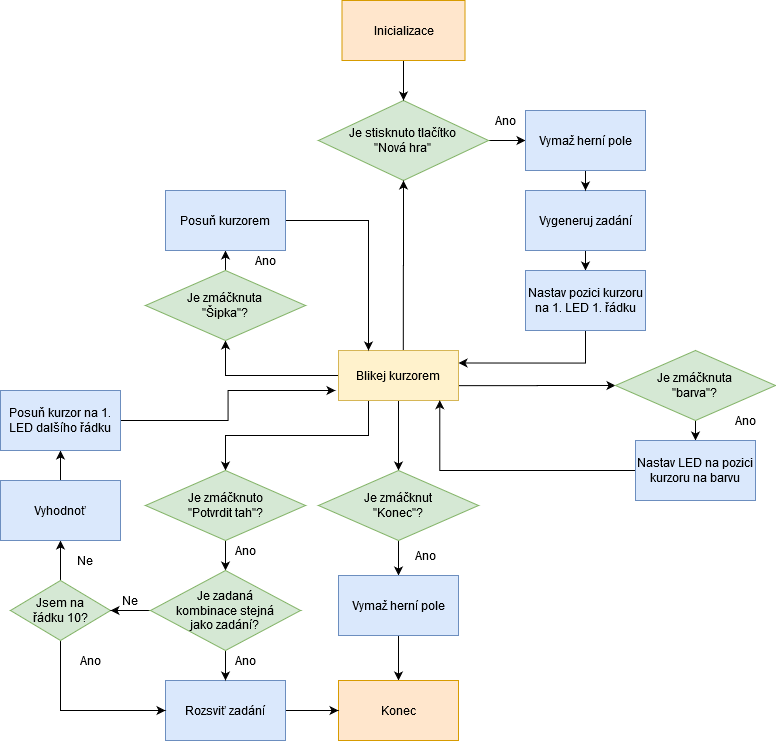
Above: text/obrazky/vyvojovy_diagram_1_hrac.png in renata7zemanova/Logic (draw.io), before the change. Source tidied: cells renumbered, new cells last; positions are measured from the earlier drawing's top-left corner, leaving out a move shared by most shapes. Source of this version:
```xml
<mxGraphModel>
  <root>
    <mxCell id="0" />
    <mxCell id="1" parent="0" />
    <mxCell id="2" style="edgeStyle=orthogonalEdgeStyle;rounded=0;jettySize=auto;html=1;exitX=0.5;exitY=1;exitDx=0;exitDy=0;entryX=0.5;entryY=0;entryDx=0;entryDy=0;" parent="1" edge="1" source="3" target="13">
      <mxGeometry relative="1" as="geometry" />
    </mxCell>
    <mxCell id="3" value="Vygeneruj zadání" style="rounded=0;whiteSpace=wrap;html=1;fillColor=#dae8fc;strokeColor=#6c8ebf;" parent="1" vertex="1">
      <mxGeometry x="525" y="190" width="120" height="60" as="geometry" />
    </mxCell>
    <mxCell id="4" style="edgeStyle=orthogonalEdgeStyle;rounded=0;jettySize=auto;html=1;exitX=1;exitY=0.5;exitDx=0;exitDy=0;entryX=0;entryY=0.5;entryDx=0;entryDy=0;" parent="1" edge="1" source="5" target="21">
      <mxGeometry relative="1" as="geometry" />
    </mxCell>
    <mxCell id="5" value="&lt;div&gt;Je stisknuto tlačítko &lt;br&gt;&lt;/div&gt;&lt;div&gt;&quot;Nová hra&quot;&lt;/div&gt;" style="rhombus;whiteSpace=wrap;html=1;fillColor=#d5e8d4;strokeColor=#82b366;" parent="1" vertex="1">
      <mxGeometry x="318" y="100" width="170" height="80" as="geometry" />
    </mxCell>
    <mxCell id="6" style="edgeStyle=orthogonalEdgeStyle;rounded=0;jettySize=auto;html=1;exitX=0.54;exitY=0.024;exitDx=0;exitDy=0;entryX=0.5;entryY=1;entryDx=0;entryDy=0;exitPerimeter=0;" parent="1" edge="1" source="11" target="5">
      <mxGeometry relative="1" as="geometry" />
    </mxCell>
    <mxCell id="7" style="edgeStyle=orthogonalEdgeStyle;rounded=0;jettySize=auto;html=1;entryX=0.5;entryY=0;entryDx=0;entryDy=0;" parent="1" edge="1" source="11" target="19">
      <mxGeometry relative="1" as="geometry" />
    </mxCell>
    <mxCell id="8" style="edgeStyle=orthogonalEdgeStyle;rounded=0;jettySize=auto;html=1;exitX=0.25;exitY=1;exitDx=0;exitDy=0;entryX=0.5;entryY=0;entryDx=0;entryDy=0;" parent="1" edge="1" source="11" target="30">
      <mxGeometry relative="1" as="geometry" />
    </mxCell>
    <mxCell id="9" style="edgeStyle=orthogonalEdgeStyle;rounded=0;jettySize=auto;html=1;exitX=0.997;exitY=0.703;exitDx=0;exitDy=0;entryX=0;entryY=0.5;entryDx=0;entryDy=0;exitPerimeter=0;" parent="1" edge="1" source="11" target="17">
      <mxGeometry relative="1" as="geometry" />
    </mxCell>
    <mxCell id="10" style="edgeStyle=orthogonalEdgeStyle;rounded=0;jettySize=auto;html=1;exitX=0;exitY=0.5;exitDx=0;exitDy=0;" parent="1" edge="1" source="11" target="15">
      <mxGeometry relative="1" as="geometry" />
    </mxCell>
    <mxCell id="11" value="Blikej kurzorem" style="rounded=0;whiteSpace=wrap;html=1;fillColor=#fff2cc;strokeColor=#d6b656;" parent="1" vertex="1">
      <mxGeometry x="338" y="350" width="120" height="50" as="geometry" />
    </mxCell>
    <mxCell id="12" style="edgeStyle=orthogonalEdgeStyle;rounded=0;jettySize=auto;html=1;exitX=0.5;exitY=1;exitDx=0;exitDy=0;entryX=1;entryY=0.25;entryDx=0;entryDy=0;" parent="1" edge="1" source="13" target="11">
      <mxGeometry relative="1" as="geometry" />
    </mxCell>
    <mxCell id="13" value="Nastav pozici kurzoru na 1. LED 1. řádku" style="rounded=0;whiteSpace=wrap;html=1;fillColor=#dae8fc;strokeColor=#6c8ebf;" parent="1" vertex="1">
      <mxGeometry x="525" y="270" width="120" height="60" as="geometry" />
    </mxCell>
    <mxCell id="14" style="edgeStyle=orthogonalEdgeStyle;rounded=0;jettySize=auto;html=1;exitX=0.5;exitY=0;exitDx=0;exitDy=0;entryX=0.5;entryY=1;entryDx=0;entryDy=0;" parent="1" edge="1" source="15" target="24">
      <mxGeometry relative="1" as="geometry" />
    </mxCell>
    <mxCell id="15" value="&lt;div&gt;Je zmáčknuta &lt;br&gt;&lt;/div&gt;&lt;div&gt;&quot;Šipka&quot;?&lt;/div&gt;" style="rhombus;whiteSpace=wrap;html=1;fillColor=#d5e8d4;strokeColor=#82b366;" parent="1" vertex="1">
      <mxGeometry x="145" y="270" width="160" height="70" as="geometry" />
    </mxCell>
    <mxCell id="16" style="edgeStyle=orthogonalEdgeStyle;rounded=0;jettySize=auto;html=1;exitX=0.5;exitY=1;exitDx=0;exitDy=0;entryX=0.5;entryY=0;entryDx=0;entryDy=0;" parent="1" edge="1" source="17" target="27">
      <mxGeometry relative="1" as="geometry" />
    </mxCell>
    <mxCell id="17" value="&lt;div&gt;Je zmáčknuta &lt;br&gt;&lt;/div&gt;&lt;div&gt;&quot;barva&quot;?&lt;/div&gt;" style="rhombus;whiteSpace=wrap;html=1;fillColor=#d5e8d4;strokeColor=#82b366;" parent="1" vertex="1">
      <mxGeometry x="615" y="350" width="160" height="70" as="geometry" />
    </mxCell>
    <mxCell id="18" style="edgeStyle=orthogonalEdgeStyle;rounded=0;jettySize=auto;html=1;entryX=0.5;entryY=0;entryDx=0;entryDy=0;" parent="1" edge="1" source="19" target="32">
      <mxGeometry relative="1" as="geometry" />
    </mxCell>
    <mxCell id="19" value="&lt;div&gt;Je zmáčknut&lt;/div&gt;&lt;div&gt;&quot;Konec&quot;?&lt;/div&gt;" style="rhombus;whiteSpace=wrap;html=1;fillColor=#d5e8d4;strokeColor=#82b366;" parent="1" vertex="1">
      <mxGeometry x="318" y="470" width="160" height="70" as="geometry" />
    </mxCell>
    <mxCell id="20" style="edgeStyle=orthogonalEdgeStyle;rounded=0;jettySize=auto;html=1;exitX=0.5;exitY=1;exitDx=0;exitDy=0;entryX=0.5;entryY=0;entryDx=0;entryDy=0;" parent="1" edge="1" source="21" target="3">
      <mxGeometry relative="1" as="geometry" />
    </mxCell>
    <mxCell id="21" value="Vymaž herní pole" style="rounded=0;whiteSpace=wrap;html=1;fillColor=#dae8fc;strokeColor=#6c8ebf;" parent="1" vertex="1">
      <mxGeometry x="525" y="110" width="120" height="60" as="geometry" />
    </mxCell>
    <mxCell id="22" value="Ano" style="text;html=1;strokeColor=none;fillColor=none;align=center;verticalAlign=middle;whiteSpace=wrap;rounded=0;" parent="1" vertex="1">
      <mxGeometry x="405" y="545" width="40" height="20" as="geometry" />
    </mxCell>
    <mxCell id="23" style="edgeStyle=orthogonalEdgeStyle;rounded=0;jettySize=auto;html=1;exitX=1;exitY=0.5;exitDx=0;exitDy=0;entryX=0.25;entryY=0;entryDx=0;entryDy=0;" parent="1" edge="1" source="24" target="11">
      <mxGeometry relative="1" as="geometry" />
    </mxCell>
    <mxCell id="24" value="&lt;div&gt;Posuň kurzorem&lt;br&gt;&lt;/div&gt;" style="rounded=0;whiteSpace=wrap;html=1;fillColor=#dae8fc;strokeColor=#6c8ebf;" parent="1" vertex="1">
      <mxGeometry x="165" y="190" width="120" height="60" as="geometry" />
    </mxCell>
    <mxCell id="25" value="Ano" style="text;html=1;strokeColor=none;fillColor=none;align=center;verticalAlign=middle;whiteSpace=wrap;rounded=0;" parent="1" vertex="1">
      <mxGeometry x="245" y="250" width="40" height="20" as="geometry" />
    </mxCell>
    <mxCell id="26" style="edgeStyle=orthogonalEdgeStyle;rounded=0;jettySize=auto;html=1;exitX=0;exitY=0.5;exitDx=0;exitDy=0;entryX=0.844;entryY=0.994;entryDx=0;entryDy=0;entryPerimeter=0;" parent="1" edge="1" source="27" target="11">
      <mxGeometry relative="1" as="geometry" />
    </mxCell>
    <mxCell id="27" value="Nastav LED na pozici kurzoru na barvu" style="rounded=0;whiteSpace=wrap;html=1;fillColor=#dae8fc;strokeColor=#6c8ebf;" parent="1" vertex="1">
      <mxGeometry x="635" y="440" width="120" height="60" as="geometry" />
    </mxCell>
    <mxCell id="28" value="Ano" style="text;html=1;strokeColor=none;fillColor=none;align=center;verticalAlign=middle;whiteSpace=wrap;rounded=0;" parent="1" vertex="1">
      <mxGeometry x="225" y="650" width="40" height="20" as="geometry" />
    </mxCell>
    <mxCell id="29" style="edgeStyle=orthogonalEdgeStyle;rounded=0;jettySize=auto;html=1;" parent="1" edge="1" source="30" target="49">
      <mxGeometry relative="1" as="geometry" />
    </mxCell>
    <mxCell id="30" value="&lt;div&gt;Je zmáčknuto&lt;/div&gt;&lt;div&gt;&quot;Potvrdit tah&quot;?&lt;/div&gt;" style="rhombus;whiteSpace=wrap;html=1;fillColor=#d5e8d4;strokeColor=#82b366;" parent="1" vertex="1">
      <mxGeometry x="145" y="470" width="160" height="70" as="geometry" />
    </mxCell>
    <mxCell id="31" style="edgeStyle=orthogonalEdgeStyle;rounded=0;jettySize=auto;html=1;entryX=0.5;entryY=0;entryDx=0;entryDy=0;" parent="1" edge="1" source="32" target="33">
      <mxGeometry relative="1" as="geometry" />
    </mxCell>
    <mxCell id="32" value="Vymaž herní pole" style="rounded=0;whiteSpace=wrap;html=1;fillColor=#dae8fc;strokeColor=#6c8ebf;" parent="1" vertex="1">
      <mxGeometry x="338" y="575" width="120" height="60" as="geometry" />
    </mxCell>
    <mxCell id="33" value="Konec" style="rounded=0;whiteSpace=wrap;html=1;fillColor=#ffe6cc;strokeColor=#d79b00;" parent="1" vertex="1">
      <mxGeometry x="338" y="680" width="120" height="60" as="geometry" />
    </mxCell>
    <mxCell id="34" value="Ano" style="text;html=1;strokeColor=none;fillColor=none;align=center;verticalAlign=middle;whiteSpace=wrap;rounded=0;" parent="1" vertex="1">
      <mxGeometry x="485" y="110" width="40" height="20" as="geometry" />
    </mxCell>
    <mxCell id="35" value="Ano" style="text;html=1;strokeColor=none;fillColor=none;align=center;verticalAlign=middle;whiteSpace=wrap;rounded=0;" parent="1" vertex="1">
      <mxGeometry x="725" y="410" width="40" height="20" as="geometry" />
    </mxCell>
    <mxCell id="36" style="edgeStyle=orthogonalEdgeStyle;rounded=0;jettySize=auto;html=1;entryX=0;entryY=0.5;entryDx=0;entryDy=0;" parent="1" edge="1" source="37" target="33">
      <mxGeometry relative="1" as="geometry" />
    </mxCell>
    <mxCell id="37" value="Rozsviť zadání" style="rounded=0;whiteSpace=wrap;html=1;fillColor=#dae8fc;strokeColor=#6c8ebf;" parent="1" vertex="1">
      <mxGeometry x="165" y="680" width="120" height="60" as="geometry" />
    </mxCell>
    <mxCell id="38" style="edgeStyle=orthogonalEdgeStyle;rounded=0;jettySize=auto;html=1;entryX=0;entryY=0.5;entryDx=0;entryDy=0;" parent="1" edge="1" source="40" target="37">
      <mxGeometry relative="1" as="geometry">
        <Array as="points">
          <mxPoint x="60" y="710" />
        </Array>
      </mxGeometry>
    </mxCell>
    <mxCell id="39" style="edgeStyle=orthogonalEdgeStyle;rounded=0;jettySize=auto;html=1;exitX=0.5;exitY=0;exitDx=0;exitDy=0;entryX=0.5;entryY=1;entryDx=0;entryDy=0;" parent="1" edge="1" source="40" target="43">
      <mxGeometry relative="1" as="geometry" />
    </mxCell>
    <mxCell id="40" value="&lt;div&gt;Jsem na&lt;/div&gt;&lt;div&gt;řádku 10?&lt;/div&gt;" style="rhombus;whiteSpace=wrap;html=1;fillColor=#d5e8d4;strokeColor=#82b366;" parent="1" vertex="1">
      <mxGeometry x="10" y="580" width="100" height="60" as="geometry" />
    </mxCell>
    <mxCell id="41" value="&lt;div&gt;Ne&lt;/div&gt;" style="text;html=1;strokeColor=none;fillColor=none;align=center;verticalAlign=middle;whiteSpace=wrap;rounded=0;" parent="1" vertex="1">
      <mxGeometry x="65" y="550" width="40" height="20" as="geometry" />
    </mxCell>
    <mxCell id="42" style="edgeStyle=orthogonalEdgeStyle;rounded=0;jettySize=auto;html=1;exitX=0.5;exitY=0;exitDx=0;exitDy=0;entryX=0.5;entryY=1;entryDx=0;entryDy=0;" parent="1" edge="1" source="43" target="45">
      <mxGeometry relative="1" as="geometry" />
    </mxCell>
    <mxCell id="43" value="Vyhodnoť" style="rounded=0;whiteSpace=wrap;html=1;fillColor=#dae8fc;strokeColor=#6c8ebf;" parent="1" vertex="1">
      <mxGeometry y="480" width="120" height="60" as="geometry" />
    </mxCell>
    <mxCell id="44" style="edgeStyle=orthogonalEdgeStyle;rounded=0;jettySize=auto;html=1;exitX=1;exitY=0.5;exitDx=0;exitDy=0;" parent="1" edge="1" source="45">
      <mxGeometry relative="1" as="geometry">
        <mxPoint x="335" y="390" as="targetPoint" />
      </mxGeometry>
    </mxCell>
    <mxCell id="45" value="Posuň kurzor na 1. LED dalšího řádku" style="rounded=0;whiteSpace=wrap;html=1;fillColor=#dae8fc;strokeColor=#6c8ebf;" parent="1" vertex="1">
      <mxGeometry y="390" width="120" height="60" as="geometry" />
    </mxCell>
    <mxCell id="46" value="Ano" style="text;html=1;strokeColor=none;fillColor=none;align=center;verticalAlign=middle;whiteSpace=wrap;rounded=0;" parent="1" vertex="1">
      <mxGeometry x="225" y="540" width="40" height="20" as="geometry" />
    </mxCell>
    <mxCell id="47" style="edgeStyle=orthogonalEdgeStyle;rounded=0;jettySize=auto;html=1;entryX=0.5;entryY=0;entryDx=0;entryDy=0;" parent="1" edge="1" source="49" target="37">
      <mxGeometry relative="1" as="geometry" />
    </mxCell>
    <mxCell id="48" style="edgeStyle=orthogonalEdgeStyle;rounded=0;jettySize=auto;html=1;" parent="1" edge="1" source="49" target="40">
      <mxGeometry relative="1" as="geometry" />
    </mxCell>
    <mxCell id="49" value="&lt;div&gt;Je zadaná&lt;/div&gt;&lt;div&gt; kombinace stejná &lt;br&gt;&lt;/div&gt;&lt;div&gt;jako zadání?&lt;/div&gt;" style="rhombus;whiteSpace=wrap;html=1;fillColor=#d5e8d4;strokeColor=#82b366;" parent="1" vertex="1">
      <mxGeometry x="150" y="570" width="150" height="80" as="geometry" />
    </mxCell>
    <mxCell id="50" value="Ano" style="text;html=1;strokeColor=none;fillColor=none;align=center;verticalAlign=middle;whiteSpace=wrap;rounded=0;" parent="1" vertex="1">
      <mxGeometry x="70" y="650" width="40" height="20" as="geometry" />
    </mxCell>
    <mxCell id="51" value="&lt;div&gt;Ne&lt;/div&gt;" style="text;html=1;strokeColor=none;fillColor=none;align=center;verticalAlign=middle;whiteSpace=wrap;rounded=0;" parent="1" vertex="1">
      <mxGeometry x="110" y="590" width="40" height="20" as="geometry" />
    </mxCell>
    <mxCell id="52" style="edgeStyle=orthogonalEdgeStyle;rounded=0;jettySize=auto;html=1;exitX=0.5;exitY=1;exitDx=0;exitDy=0;entryX=0.5;entryY=0;entryDx=0;entryDy=0;" parent="1" edge="1" source="53" target="5">
      <mxGeometry relative="1" as="geometry" />
    </mxCell>
    <mxCell id="53" value="Inicializace" style="rounded=0;whiteSpace=wrap;html=1;fillColor=#ffe6cc;strokeColor=#d79b00;" parent="1" vertex="1">
      <mxGeometry x="341.5" width="123" height="60" as="geometry" />
    </mxCell>
  </root>
</mxGraphModel>
```
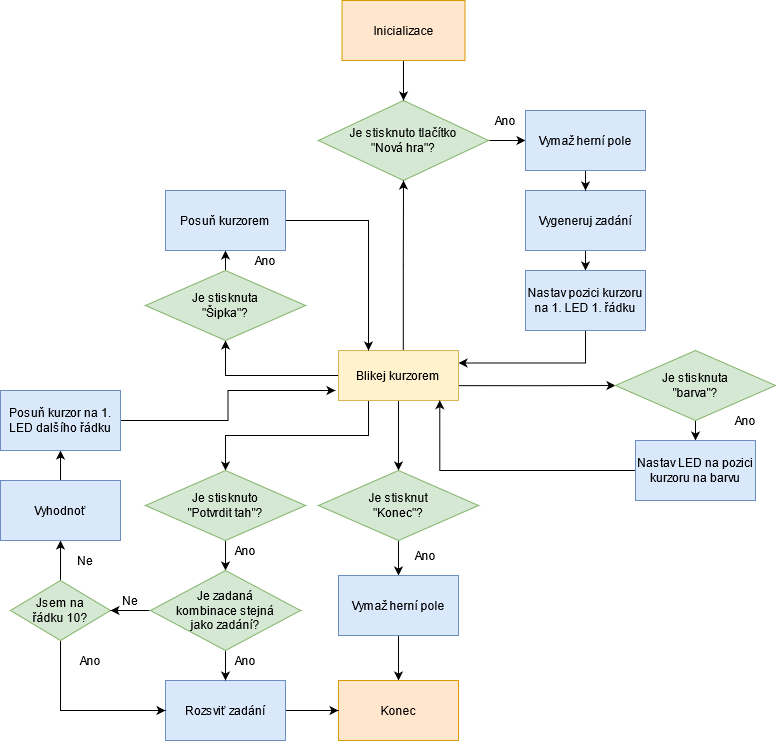
The same diagram one commit later.

What changed in the source:
```diff
@@ -11,7 +11,7 @@
     <mxCell id="4" style="edgeStyle=orthogonalEdgeStyle;rounded=0;jettySize=auto;html=1;exitX=1;exitY=0.5;exitDx=0;exitDy=0;entryX=0;entryY=0.5;entryDx=0;entryDy=0;" parent="1" edge="1" source="5" target="21">
       <mxGeometry relative="1" as="geometry" />
     </mxCell>
-    <mxCell id="5" value="&lt;div&gt;Je stisknuto tlačítko &lt;br&gt;&lt;/div&gt;&lt;div&gt;&quot;Nová hra&quot;&lt;/div&gt;" style="rhombus;whiteSpace=wrap;html=1;fillColor=#d5e8d4;strokeColor=#82b366;" parent="1" vertex="1">
+    <mxCell id="5" value="&lt;div&gt;Je stisknuto tlačítko &lt;br&gt;&lt;/div&gt;&lt;div&gt;&quot;Nová hra&quot;?&lt;/div&gt;" style="rhombus;whiteSpace=wrap;html=1;fillColor=#d5e8d4;strokeColor=#82b366;" parent="1" vertex="1">
       <mxGeometry x="318" y="100" width="170" height="80" as="geometry" />
     </mxCell>
     <mxCell id="6" style="edgeStyle=orthogonalEdgeStyle;rounded=0;jettySize=auto;html=1;exitX=0.54;exitY=0.024;exitDx=0;exitDy=0;entryX=0.5;entryY=1;entryDx=0;entryDy=0;exitPerimeter=0;" parent="1" edge="1" source="11" target="5">
@@ -41,19 +41,19 @@
     <mxCell id="14" style="edgeStyle=orthogonalEdgeStyle;rounded=0;jettySize=auto;html=1;exitX=0.5;exitY=0;exitDx=0;exitDy=0;entryX=0.5;entryY=1;entryDx=0;entryDy=0;" parent="1" edge="1" source="15" target="24">
       <mxGeometry relative="1" as="geometry" />
     </mxCell>
-    <mxCell id="15" value="&lt;div&gt;Je zmáčknuta &lt;br&gt;&lt;/div&gt;&lt;div&gt;&quot;Šipka&quot;?&lt;/div&gt;" style="rhombus;whiteSpace=wrap;html=1;fillColor=#d5e8d4;strokeColor=#82b366;" parent="1" vertex="1">
+    <mxCell id="15" value="&lt;div&gt;Je stisknuta &lt;br&gt;&lt;/div&gt;&lt;div&gt;&quot;Šipka&quot;?&lt;/div&gt;" style="rhombus;whiteSpace=wrap;html=1;fillColor=#d5e8d4;strokeColor=#82b366;" parent="1" vertex="1">
       <mxGeometry x="145" y="270" width="160" height="70" as="geometry" />
     </mxCell>
     <mxCell id="16" style="edgeStyle=orthogonalEdgeStyle;rounded=0;jettySize=auto;html=1;exitX=0.5;exitY=1;exitDx=0;exitDy=0;entryX=0.5;entryY=0;entryDx=0;entryDy=0;" parent="1" edge="1" source="17" target="27">
       <mxGeometry relative="1" as="geometry" />
     </mxCell>
-    <mxCell id="17" value="&lt;div&gt;Je zmáčknuta &lt;br&gt;&lt;/div&gt;&lt;div&gt;&quot;barva&quot;?&lt;/div&gt;" style="rhombus;whiteSpace=wrap;html=1;fillColor=#d5e8d4;strokeColor=#82b366;" parent="1" vertex="1">
+    <mxCell id="17" value="&lt;div&gt;Je stisknuta &lt;br&gt;&lt;/div&gt;&lt;div&gt;&quot;barva&quot;?&lt;/div&gt;" style="rhombus;whiteSpace=wrap;html=1;fillColor=#d5e8d4;strokeColor=#82b366;" parent="1" vertex="1">
       <mxGeometry x="615" y="350" width="160" height="70" as="geometry" />
     </mxCell>
     <mxCell id="18" style="edgeStyle=orthogonalEdgeStyle;rounded=0;jettySize=auto;html=1;entryX=0.5;entryY=0;entryDx=0;entryDy=0;" parent="1" edge="1" source="19" target="32">
       <mxGeometry relative="1" as="geometry" />
     </mxCell>
-    <mxCell id="19" value="&lt;div&gt;Je zmáčknut&lt;/div&gt;&lt;div&gt;&quot;Konec&quot;?&lt;/div&gt;" style="rhombus;whiteSpace=wrap;html=1;fillColor=#d5e8d4;strokeColor=#82b366;" parent="1" vertex="1">
+    <mxCell id="19" value="&lt;div&gt;Je stisknut&lt;/div&gt;&lt;div&gt;&quot;Konec&quot;?&lt;/div&gt;" style="rhombus;whiteSpace=wrap;html=1;fillColor=#d5e8d4;strokeColor=#82b366;" parent="1" vertex="1">
       <mxGeometry x="318" y="470" width="160" height="70" as="geometry" />
     </mxCell>
     <mxCell id="20" style="edgeStyle=orthogonalEdgeStyle;rounded=0;jettySize=auto;html=1;exitX=0.5;exitY=1;exitDx=0;exitDy=0;entryX=0.5;entryY=0;entryDx=0;entryDy=0;" parent="1" edge="1" source="21" target="3">
@@ -86,7 +86,7 @@
     <mxCell id="29" style="edgeStyle=orthogonalEdgeStyle;rounded=0;jettySize=auto;html=1;" parent="1" edge="1" source="30" target="49">
       <mxGeometry relative="1" as="geometry" />
     </mxCell>
-    <mxCell id="30" value="&lt;div&gt;Je zmáčknuto&lt;/div&gt;&lt;div&gt;&quot;Potvrdit tah&quot;?&lt;/div&gt;" style="rhombus;whiteSpace=wrap;html=1;fillColor=#d5e8d4;strokeColor=#82b366;" parent="1" vertex="1">
+    <mxCell id="30" value="&lt;div&gt;Je stisknuto&lt;/div&gt;&lt;div&gt;&quot;Potvrdit tah&quot;?&lt;/div&gt;" style="rhombus;whiteSpace=wrap;html=1;fillColor=#d5e8d4;strokeColor=#82b366;" parent="1" vertex="1">
       <mxGeometry x="145" y="470" width="160" height="70" as="geometry" />
     </mxCell>
     <mxCell id="31" style="edgeStyle=orthogonalEdgeStyle;rounded=0;jettySize=auto;html=1;entryX=0.5;entryY=0;entryDx=0;entryDy=0;" parent="1" edge="1" source="32" target="33">
```
